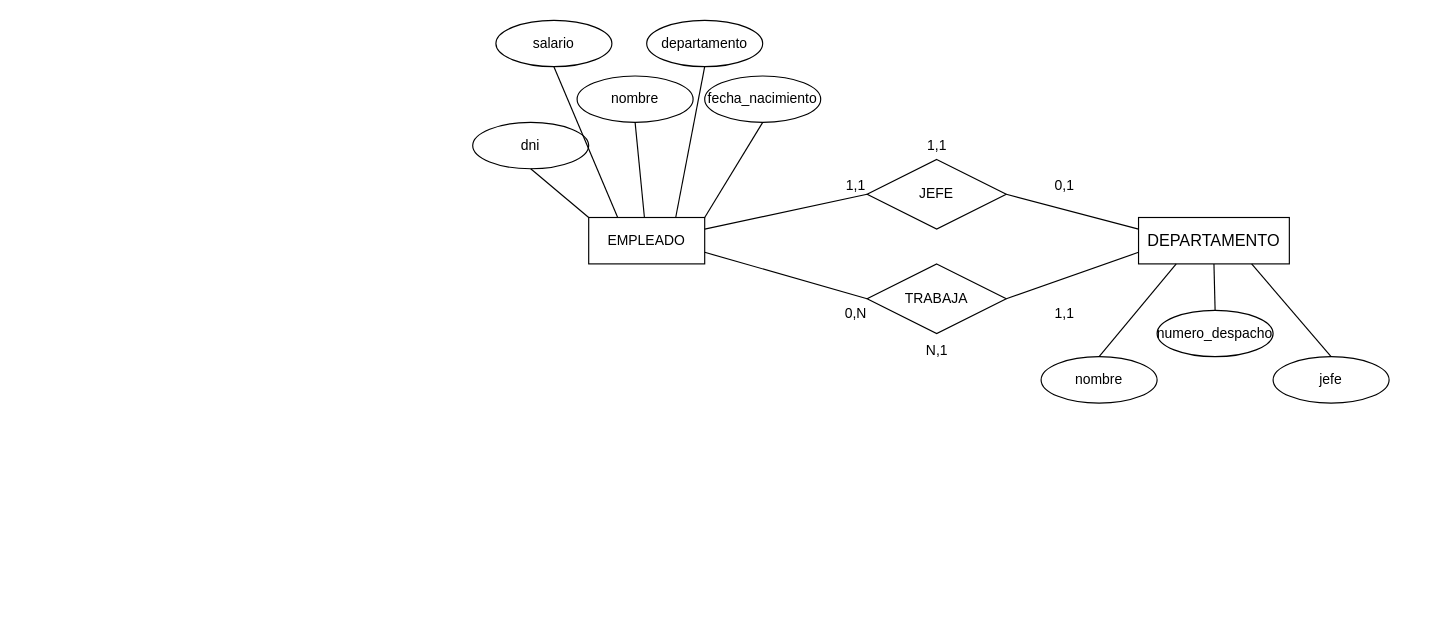
The draw.io diagram BBDD/Tareas/Tema 2/Tarea2.0drawio.drawio in PavDev3/CFGS-DAW, before the edit. Source tidied: cells renumbered, new cells numbered last; positions are measured from the earlier drawing's top-left corner, leaving out a move shared by most shapes. Both pictures are drawn from the tidied source at 116%, with x=0, y=0 at pixel (472, 20).
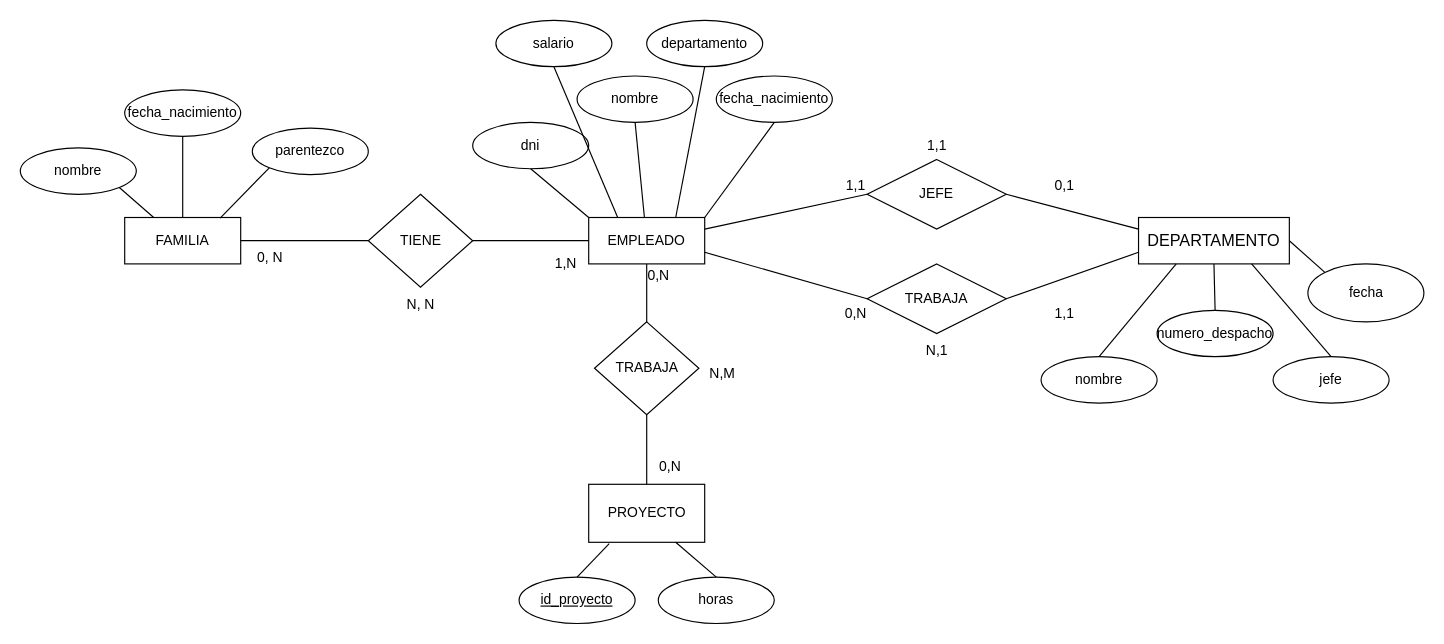
After the change.

Unchanged cells that the change refers to:
```xml
<mxCell id="8" value="EMPLEADO" style="whiteSpace=wrap;html=1;align=center;" parent="1" vertex="1">
  <mxGeometry x="100" y="170" width="100" height="40" as="geometry" />
</mxCell>
<mxCell id="9" value="&lt;span style=&quot;font-size: 14px;&quot;&gt;DEPARTAMENTO&lt;/span&gt;" style="whiteSpace=wrap;html=1;align=center;" parent="1" vertex="1">
  <mxGeometry x="574" y="170" width="130" height="40" as="geometry" />
</mxCell>
```

Change to the diagram source:
```diff
@@
     <mxCell id="5" value="fecha_nacimiento" style="ellipse;whiteSpace=wrap;html=1;align=center;" parent="1" vertex="1">
-      <mxGeometry x="200" y="48" width="100" height="40" as="geometry" />
+      <mxGeometry x="210" y="48" width="100" height="40" as="geometry" />
     </mxCell>
@@
+    <mxCell id="32" value="fecha" style="shape=ellipse;html=1;dashed=0;whitespace=wrap;perimeter=ellipsePerimeter;" parent="1" vertex="1">
+      <mxGeometry x="720" y="210" width="100" height="50" as="geometry" />
+    </mxCell>
+    <mxCell id="33" style="endArrow=none;html=1;rounded=0;exitX=1;exitY=0.5;exitDx=0;exitDy=0;entryX=0;entryY=0;entryDx=0;entryDy=0;" parent="1" edge="1" source="9" target="32">
+      <mxGeometry relative="1" as="geometry" />
+    </mxCell>
+    <mxCell id="34" value="PROYECTO" style="html=1;dashed=0;whitespace=wrap;" parent="1" vertex="1">
+      <mxGeometry x="100" y="400" width="100" height="50" as="geometry" />
+    </mxCell>
+    <mxCell id="35" style="endArrow=none;html=1;rounded=0;exitX=0.5;exitY=1;exitDx=0;exitDy=0;entryX=0.5;entryY=0;entryDx=0;entryDy=0;" parent="1" edge="1" source="8" target="37">
+      <mxGeometry relative="1" as="geometry" />
+    </mxCell>
+    <mxCell id="36" style="endArrow=none;html=1;rounded=0;exitX=0.5;exitY=1;exitDx=0;exitDy=0;entryX=0.5;entryY=0;entryDx=0;entryDy=0;" parent="1" edge="1" source="37" target="34">
+      <mxGeometry relative="1" as="geometry" />
+    </mxCell>
+    <mxCell id="37" value="TRABAJA" style="shape=rhombus;html=1;dashed=0;whitespace=wrap;perimeter=rhombusPerimeter;" parent="1" vertex="1">
+      <mxGeometry x="105" y="260" width="90" height="80" as="geometry" />
+    </mxCell>
+    <mxCell id="38" value="0,N" style="text;html=1;align=center;verticalAlign=middle;strokeColor=none;fillColor=none;" parent="1" vertex="1">
+      <mxGeometry x="150" y="370" width="40" height="30" as="geometry" />
+    </mxCell>
+    <mxCell id="39" value="0,N" style="text;html=1;align=center;verticalAlign=middle;strokeColor=none;fillColor=none;" parent="1" vertex="1">
+      <mxGeometry x="140" y="205" width="40" height="30" as="geometry" />
+    </mxCell>
+    <mxCell id="40" value="N,M" style="text;html=1;align=center;verticalAlign=middle;strokeColor=none;fillColor=none;" parent="1" vertex="1">
+      <mxGeometry x="190" y="290" width="50" height="30" as="geometry" />
+    </mxCell>
+    <mxCell id="41" value="&lt;u&gt;id_proyecto&lt;/u&gt;" style="ellipse;whiteSpace=wrap;html=1;align=center;" parent="1" vertex="1">
+      <mxGeometry x="40" y="480" width="100" height="40" as="geometry" />
+    </mxCell>
+    <mxCell id="42" style="endArrow=none;html=1;rounded=0;exitX=0.177;exitY=1.022;exitDx=0;exitDy=0;entryX=0.5;entryY=0;entryDx=0;entryDy=0;exitPerimeter=0;" parent="1" edge="1" source="34" target="41">
+      <mxGeometry relative="1" as="geometry" />
+    </mxCell>
+    <mxCell id="43" value="horas" style="ellipse;whiteSpace=wrap;html=1;align=center;" parent="1" vertex="1">
+      <mxGeometry x="160" y="480" width="100" height="40" as="geometry" />
+    </mxCell>
+    <mxCell id="44" style="endArrow=none;html=1;rounded=0;exitX=0.75;exitY=1;exitDx=0;exitDy=0;entryX=0.5;entryY=0;entryDx=0;entryDy=0;" parent="1" edge="1" source="34" target="43">
+      <mxGeometry relative="1" as="geometry" />
+    </mxCell>
+    <mxCell id="45" value="FAMILIA" style="whiteSpace=wrap;html=1;align=center;" parent="1" vertex="1">
+      <mxGeometry x="-300" y="170" width="100" height="40" as="geometry" />
+    </mxCell>
+    <mxCell id="46" value="nombre" style="ellipse;whiteSpace=wrap;html=1;align=center;" parent="1" vertex="1">
+      <mxGeometry x="-390" y="110" width="100" height="40" as="geometry" />
+    </mxCell>
+    <mxCell id="47" value="fecha_nacimiento" style="ellipse;whiteSpace=wrap;html=1;align=center;" parent="1" vertex="1">
+      <mxGeometry x="-300" y="60" width="100" height="40" as="geometry" />
+    </mxCell>
+    <mxCell id="48" value="parentezco" style="ellipse;whiteSpace=wrap;html=1;align=center;" parent="1" vertex="1">
+      <mxGeometry x="-190" y="93" width="100" height="40" as="geometry" />
+    </mxCell>
+    <mxCell id="49" style="endArrow=none;html=1;rounded=0;exitX=1;exitY=1;exitDx=0;exitDy=0;entryX=0.25;entryY=0;entryDx=0;entryDy=0;" parent="1" edge="1" source="46" target="45">
+      <mxGeometry relative="1" as="geometry" />
+    </mxCell>
+    <mxCell id="50" style="endArrow=none;html=1;rounded=0;exitX=0.5;exitY=1;exitDx=0;exitDy=0;entryX=0.5;entryY=0;entryDx=0;entryDy=0;" parent="1" edge="1" source="47" target="45">
+      <mxGeometry relative="1" as="geometry" />
+    </mxCell>
+    <mxCell id="51" style="endArrow=none;html=1;rounded=0;entryX=0.823;entryY=0.014;entryDx=0;entryDy=0;exitX=0;exitY=1;exitDx=0;exitDy=0;entryPerimeter=0;" parent="1" edge="1" source="48" target="45">
+      <mxGeometry relative="1" as="geometry" />
+    </mxCell>
+    <mxCell id="52" value="TIENE" style="shape=rhombus;html=1;dashed=0;whitespace=wrap;perimeter=rhombusPerimeter;" parent="1" vertex="1">
+      <mxGeometry x="-90" y="150" width="90" height="80" as="geometry" />
+    </mxCell>
+    <mxCell id="53" style="endArrow=none;html=1;rounded=0;exitX=0;exitY=0.5;exitDx=0;exitDy=0;entryX=1;entryY=0.5;entryDx=0;entryDy=0;" parent="1" edge="1" source="52" target="45">
+      <mxGeometry relative="1" as="geometry" />
+    </mxCell>
+    <mxCell id="54" style="endArrow=none;html=1;rounded=0;entryX=1;entryY=0.5;entryDx=0;entryDy=0;exitX=0;exitY=0.5;exitDx=0;exitDy=0;" parent="1" edge="1" source="8" target="52">
+      <mxGeometry relative="1" as="geometry" />
+    </mxCell>
+    <mxCell id="55" value="1,N" style="text;html=1;align=center;verticalAlign=middle;strokeColor=none;fillColor=none;" parent="1" vertex="1">
+      <mxGeometry x="60" y="195" width="40" height="30" as="geometry" />
+    </mxCell>
+    <mxCell id="56" value="0, N" style="text;html=1;align=center;verticalAlign=middle;strokeColor=none;fillColor=none;" parent="1" vertex="1">
+      <mxGeometry x="-200" y="190" width="50" height="30" as="geometry" />
+    </mxCell>
+    <mxCell id="57" value="N, N" style="text;html=1;align=center;verticalAlign=middle;strokeColor=none;fillColor=none;" parent="1" vertex="1">
+      <mxGeometry x="-70" y="230" width="50" height="30" as="geometry" />
+    </mxCell>
```
